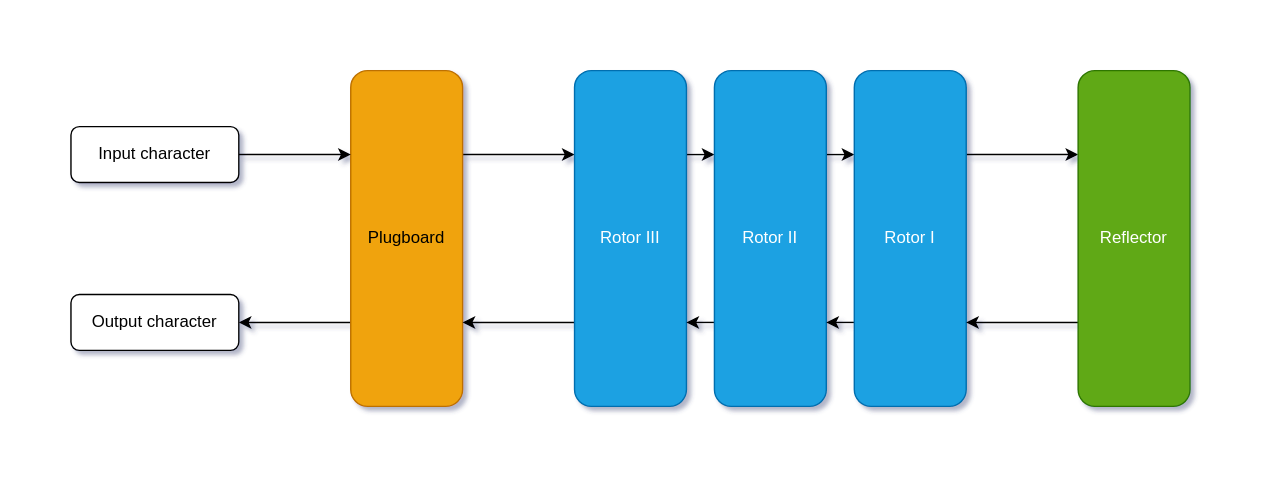
Above: docs/process-overview.drawio.svg in VKFisher/enigma-haskell (draw.io), before the change. Source tidied: cells renumbered, new cells last; positions are measured from the earlier drawing's top-left corner, leaving out a move shared by most shapes.
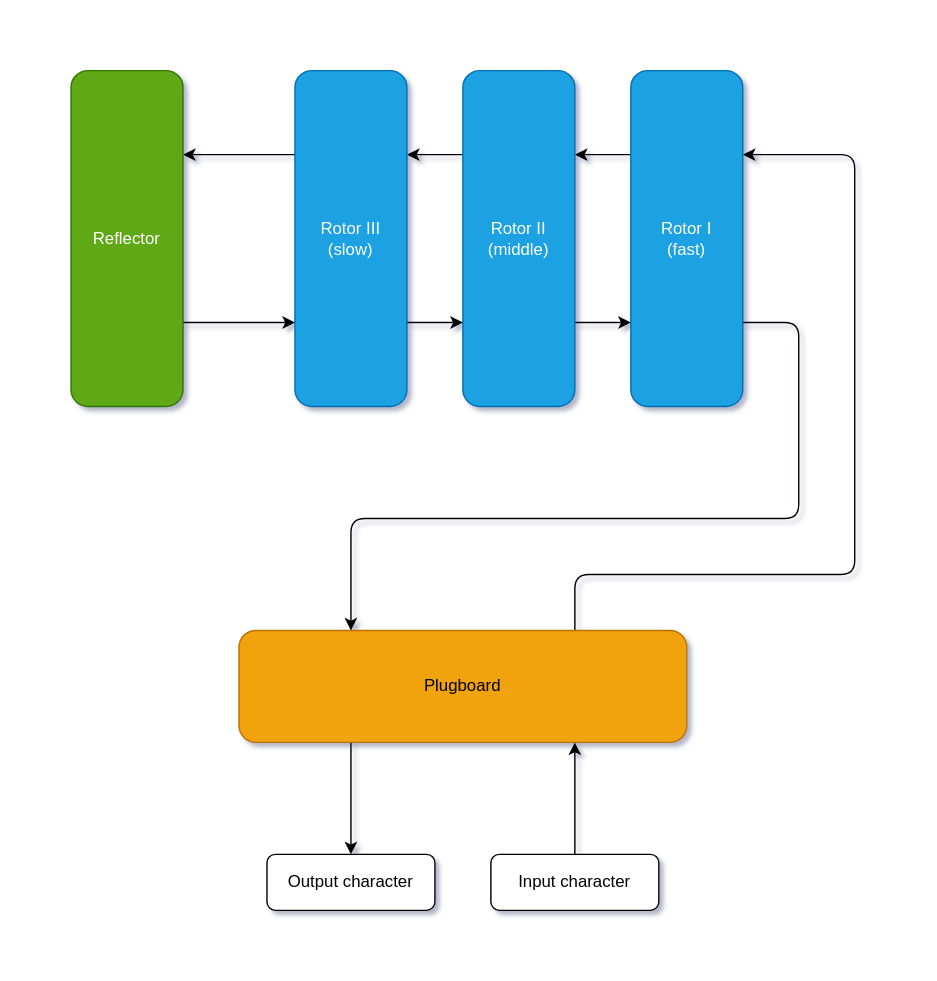
After the commit.

What changed in the source:
```diff
@@ -2,56 +2,76 @@
   <root>
     <mxCell id="0" />
     <mxCell id="1" parent="0" />
-    <mxCell id="2" style="edgeStyle=none;html=1;exitX=1;exitY=0.25;exitDx=0;exitDy=0;entryX=0;entryY=0.25;entryDx=0;entryDy=0;strokeWidth=1;" parent="1" edge="1" source="4" target="7">
-      <mxGeometry relative="1" as="geometry" />
+    <mxCell id="2" style="edgeStyle=none;html=1;exitX=0.75;exitY=0;exitDx=0;exitDy=0;entryX=1;entryY=0.25;entryDx=0;entryDy=0;strokeWidth=1;entryPerimeter=0;" parent="1" edge="1" source="4" target="7">
+      <mxGeometry relative="1" as="geometry">
+        <Array as="points">
+          <mxPoint x="480" y="40" />
+          <mxPoint x="680" y="40" />
+          <mxPoint x="680" y="-260" />
+        </Array>
+      </mxGeometry>
     </mxCell>
-    <mxCell id="3" style="edgeStyle=none;html=1;exitX=0;exitY=0.75;exitDx=0;exitDy=0;entryX=1;entryY=0.5;entryDx=0;entryDy=0;strokeWidth=1;" parent="1" edge="1" source="4" target="18">
-      <mxGeometry relative="1" as="geometry" />
+    <mxCell id="3" style="edgeStyle=none;html=1;exitX=0.75;exitY=1;exitDx=0;exitDy=0;entryX=0.5;entryY=0;entryDx=0;entryDy=0;strokeWidth=1;" parent="1" edge="1" target="18">
+      <mxGeometry relative="1" as="geometry">
+        <mxPoint x="320" y="160" as="sourcePoint" />
+      </mxGeometry>
     </mxCell>
     <mxCell id="4" value="Plugboard" style="rounded=1;whiteSpace=wrap;html=1;fillColor=#f0a30a;fontColor=#000000;strokeColor=#BD7000;" parent="1" vertex="1">
-      <mxGeometry x="200" width="80" height="240" as="geometry" />
+      <mxGeometry x="240" y="80" width="320" height="80" as="geometry" />
     </mxCell>
-    <mxCell id="5" style="edgeStyle=none;html=1;exitX=1;exitY=0.25;exitDx=0;exitDy=0;entryX=0;entryY=0.25;entryDx=0;entryDy=0;strokeWidth=1;" parent="1" edge="1" source="7" target="10">
+    <mxCell id="5" style="edgeStyle=none;html=1;exitX=0;exitY=0.25;exitDx=0;exitDy=0;entryX=1;entryY=0.25;entryDx=0;entryDy=0;strokeWidth=1;" parent="1" edge="1" source="7" target="10">
       <mxGeometry relative="1" as="geometry" />
     </mxCell>
-    <mxCell id="6" style="edgeStyle=none;html=1;exitX=0;exitY=0.75;exitDx=0;exitDy=0;entryX=1;entryY=0.75;entryDx=0;entryDy=0;strokeWidth=1;" parent="1" edge="1" source="7" target="4">
-      <mxGeometry relative="1" as="geometry" />
+    <mxCell id="6" style="edgeStyle=none;html=1;exitX=1;exitY=0.75;exitDx=0;exitDy=0;entryX=0.25;entryY=0;entryDx=0;entryDy=0;strokeWidth=1;" parent="1" edge="1" source="7" target="4">
+      <mxGeometry relative="1" as="geometry">
+        <Array as="points">
+          <mxPoint x="640" y="-140" />
+          <mxPoint x="640" />
+          <mxPoint x="320" />
+        </Array>
+      </mxGeometry>
     </mxCell>
-    <mxCell id="7" value="Rotor III" style="rounded=1;whiteSpace=wrap;html=1;fillColor=#1ba1e2;strokeColor=#006EAF;fontColor=#ffffff;" parent="1" vertex="1">
-      <mxGeometry x="360" width="80" height="240" as="geometry" />
+    <mxCell id="7" value="Rotor I&lt;br&gt;(fast)" style="rounded=1;whiteSpace=wrap;html=1;fillColor=#1ba1e2;strokeColor=#006EAF;fontColor=#ffffff;" parent="1" vertex="1">
+      <mxGeometry x="520" y="-320" width="80" height="240" as="geometry" />
     </mxCell>
-    <mxCell id="8" style="edgeStyle=none;html=1;exitX=1;exitY=0.25;exitDx=0;exitDy=0;entryX=0;entryY=0.25;entryDx=0;entryDy=0;strokeWidth=1;" parent="1" edge="1" source="10" target="13">
+    <mxCell id="8" style="edgeStyle=none;html=1;exitX=0;exitY=0.25;exitDx=0;exitDy=0;entryX=1;entryY=0.25;entryDx=0;entryDy=0;strokeWidth=1;" parent="1" edge="1" source="10" target="13">
       <mxGeometry relative="1" as="geometry" />
     </mxCell>
-    <mxCell id="9" style="edgeStyle=none;html=1;exitX=0;exitY=0.75;exitDx=0;exitDy=0;entryX=1;entryY=0.75;entryDx=0;entryDy=0;strokeWidth=1;" parent="1" edge="1" source="10" target="7">
+    <mxCell id="9" style="edgeStyle=none;html=1;exitX=1;exitY=0.75;exitDx=0;exitDy=0;strokeWidth=1;entryX=0;entryY=0.75;entryDx=0;entryDy=0;" parent="1" edge="1" source="10" target="7">
       <mxGeometry relative="1" as="geometry" />
     </mxCell>
-    <mxCell id="10" value="Rotor II" style="rounded=1;whiteSpace=wrap;html=1;fillColor=#1ba1e2;strokeColor=#006EAF;fontColor=#ffffff;" parent="1" vertex="1">
-      <mxGeometry x="460" width="80" height="240" as="geometry" />
+    <mxCell id="10" value="Rotor II&lt;br&gt;(middle)" style="rounded=1;whiteSpace=wrap;html=1;fillColor=#1ba1e2;strokeColor=#006EAF;fontColor=#ffffff;" parent="1" vertex="1">
+      <mxGeometry x="400" y="-320" width="80" height="240" as="geometry" />
     </mxCell>
-    <mxCell id="11" style="edgeStyle=none;html=1;exitX=1;exitY=0.25;exitDx=0;exitDy=0;entryX=0;entryY=0.25;entryDx=0;entryDy=0;strokeWidth=1;" parent="1" edge="1" source="13" target="15">
+    <mxCell id="11" style="edgeStyle=none;html=1;exitX=0;exitY=0.25;exitDx=0;exitDy=0;entryX=1;entryY=0.25;entryDx=0;entryDy=0;strokeWidth=1;" parent="1" edge="1" source="13" target="15">
       <mxGeometry relative="1" as="geometry" />
     </mxCell>
-    <mxCell id="12" style="edgeStyle=none;html=1;exitX=0;exitY=0.75;exitDx=0;exitDy=0;entryX=1;entryY=0.75;entryDx=0;entryDy=0;strokeWidth=1;" parent="1" edge="1" source="13" target="10">
-      <mxGeometry relative="1" as="geometry" />
+    <mxCell id="12" style="edgeStyle=none;html=1;exitX=1;exitY=0.75;exitDx=0;exitDy=0;strokeWidth=1;" parent="1" edge="1" source="13">
+      <mxGeometry relative="1" as="geometry">
+        <mxPoint x="400" y="-140" as="targetPoint" />
+      </mxGeometry>
     </mxCell>
-    <mxCell id="13" value="Rotor I" style="rounded=1;whiteSpace=wrap;html=1;fillColor=#1ba1e2;strokeColor=#006EAF;fontColor=#ffffff;" parent="1" vertex="1">
-      <mxGeometry x="560" width="80" height="240" as="geometry" />
+    <mxCell id="13" value="Rotor III&lt;br&gt;(slow)" style="rounded=1;whiteSpace=wrap;html=1;fillColor=#1ba1e2;strokeColor=#006EAF;fontColor=#ffffff;" parent="1" vertex="1">
+      <mxGeometry x="280" y="-320" width="80" height="240" as="geometry" />
     </mxCell>
-    <mxCell id="14" style="edgeStyle=none;html=1;exitX=0;exitY=0.75;exitDx=0;exitDy=0;entryX=1;entryY=0.75;entryDx=0;entryDy=0;strokeWidth=1;" parent="1" edge="1" source="15" target="13">
-      <mxGeometry relative="1" as="geometry" />
+    <mxCell id="14" style="edgeStyle=none;html=1;exitX=1;exitY=0.75;exitDx=0;exitDy=0;strokeWidth=1;" parent="1" edge="1" source="15">
+      <mxGeometry relative="1" as="geometry">
+        <mxPoint x="280" y="-140" as="targetPoint" />
+      </mxGeometry>
     </mxCell>
     <mxCell id="15" value="Reflector" style="rounded=1;whiteSpace=wrap;html=1;fillColor=#60a917;fontColor=#ffffff;strokeColor=#2D7600;" parent="1" vertex="1">
-      <mxGeometry x="720" width="80" height="240" as="geometry" />
+      <mxGeometry x="120" y="-320" width="80" height="240" as="geometry" />
     </mxCell>
-    <mxCell id="16" style="edgeStyle=none;html=1;exitX=1;exitY=0.5;exitDx=0;exitDy=0;entryX=0;entryY=0.25;entryDx=0;entryDy=0;strokeWidth=1;" parent="1" edge="1" source="17" target="4">
-      <mxGeometry relative="1" as="geometry" />
+    <mxCell id="16" style="edgeStyle=none;html=1;entryX=0.25;entryY=1;entryDx=0;entryDy=0;strokeWidth=1;" parent="1" edge="1" source="17">
+      <mxGeometry relative="1" as="geometry">
+        <mxPoint x="480" y="160" as="targetPoint" />
+      </mxGeometry>
     </mxCell>
     <mxCell id="17" value="Input character" style="rounded=1;whiteSpace=wrap;html=1;" parent="1" vertex="1">
-      <mxGeometry y="40" width="120" height="40" as="geometry" />
+      <mxGeometry x="420" y="240" width="120" height="40" as="geometry" />
     </mxCell>
     <mxCell id="18" value="Output character" style="rounded=1;whiteSpace=wrap;html=1;" parent="1" vertex="1">
-      <mxGeometry y="160" width="120" height="40" as="geometry" />
+      <mxGeometry x="260" y="240" width="120" height="40" as="geometry" />
     </mxCell>
   </root>
 </mxGraphModel>
```
